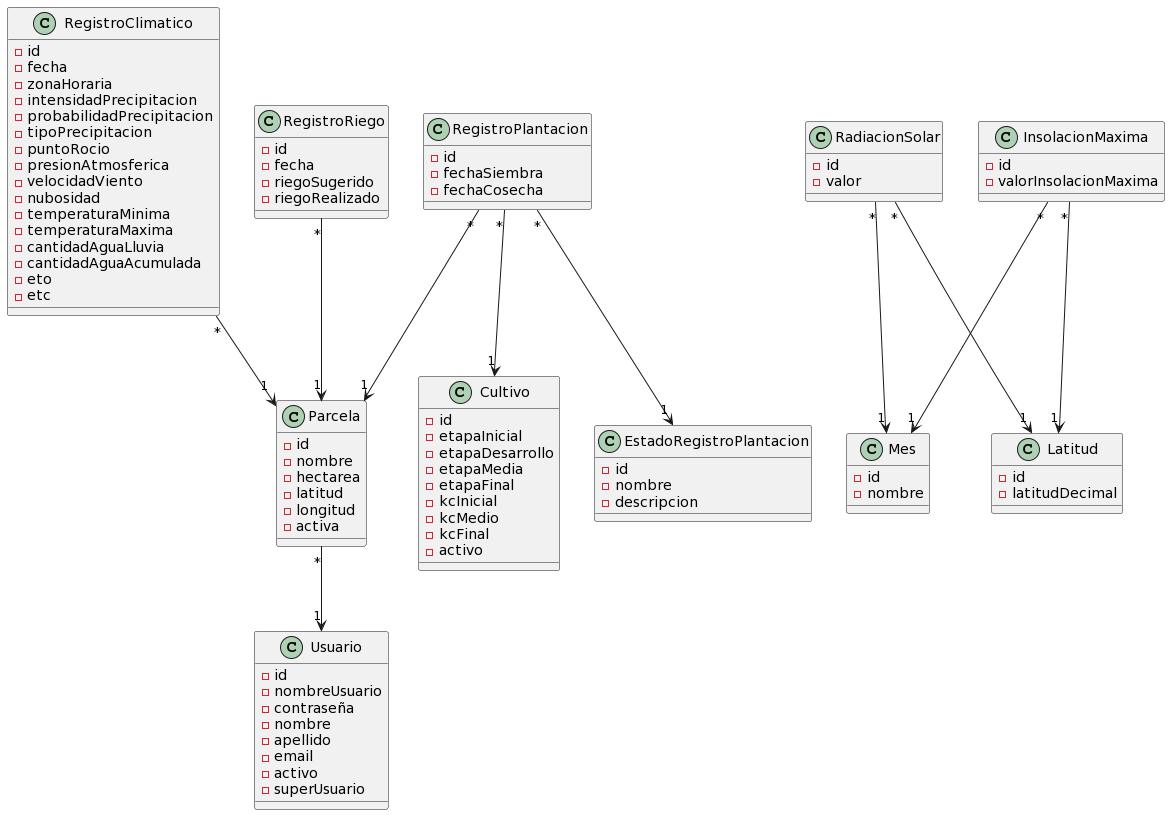
facundopaez-dev/sistema-web-riego keeps this PlantUML diagram as domain model/MDominio: Sistema de riego.png. Above is the earlier version.
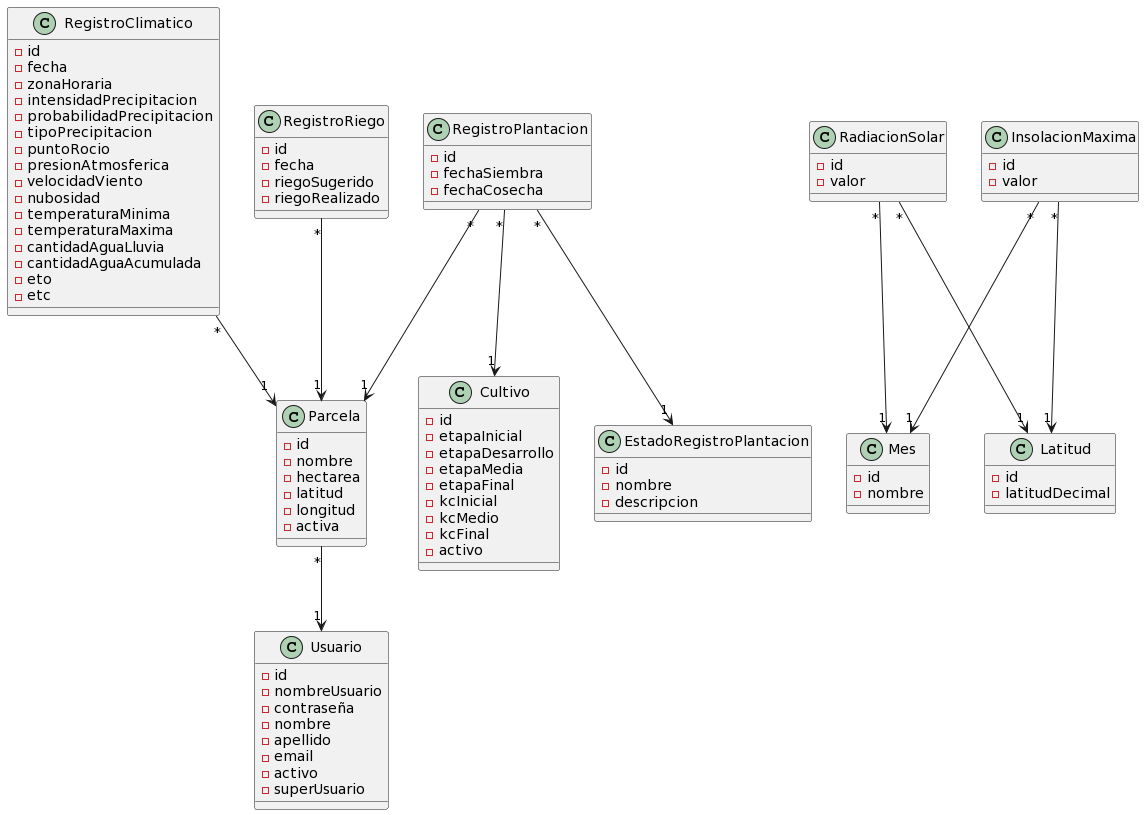
Above is the later version.

Commit message:
Atributo 'valorInsolacionMaxima' de la entidad InsolacionMaxima reemplazado por el atributo 'valor', modelo de dominio

Diff of the diagram source:
```diff
@@ -97,6 +97,6 @@
 
 class InsolacionMaxima {
 -id
--valorInsolacionMaxima
+-valor
 }
 @enduml
```
